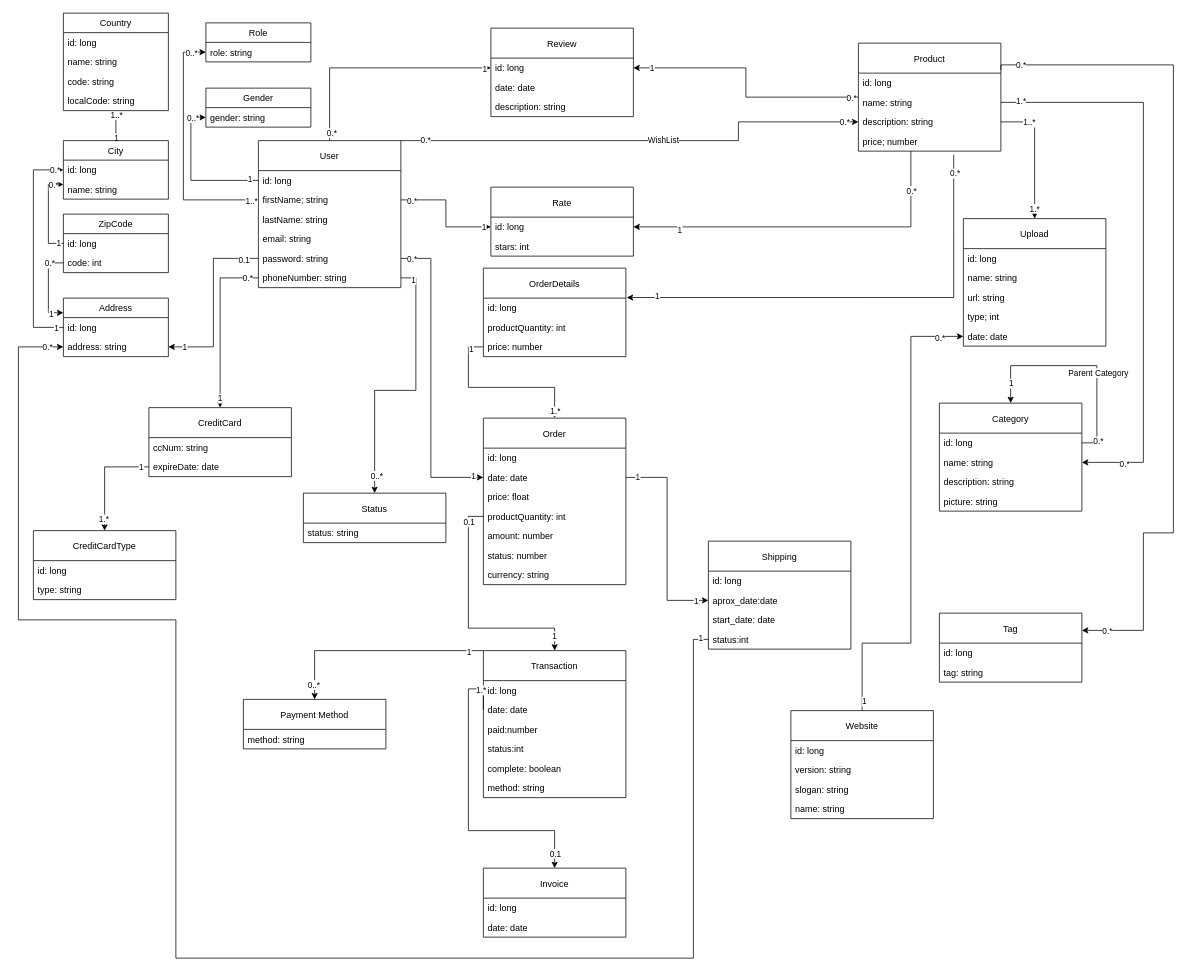
The draw.io diagram page "Ecommerce basic model" (1 of 4) of Class Diagram.drawio in Psycomentis06/AZIT-e-commerce-API-doc, before the edit. Source tidied: cells renumbered, new cells numbered last; positions are measured from the earlier drawing's top-left corner, leaving out a move shared by most shapes. Both pictures are drawn from the tidied source at 75%, with x=0, y=0 at pixel (18, 13).
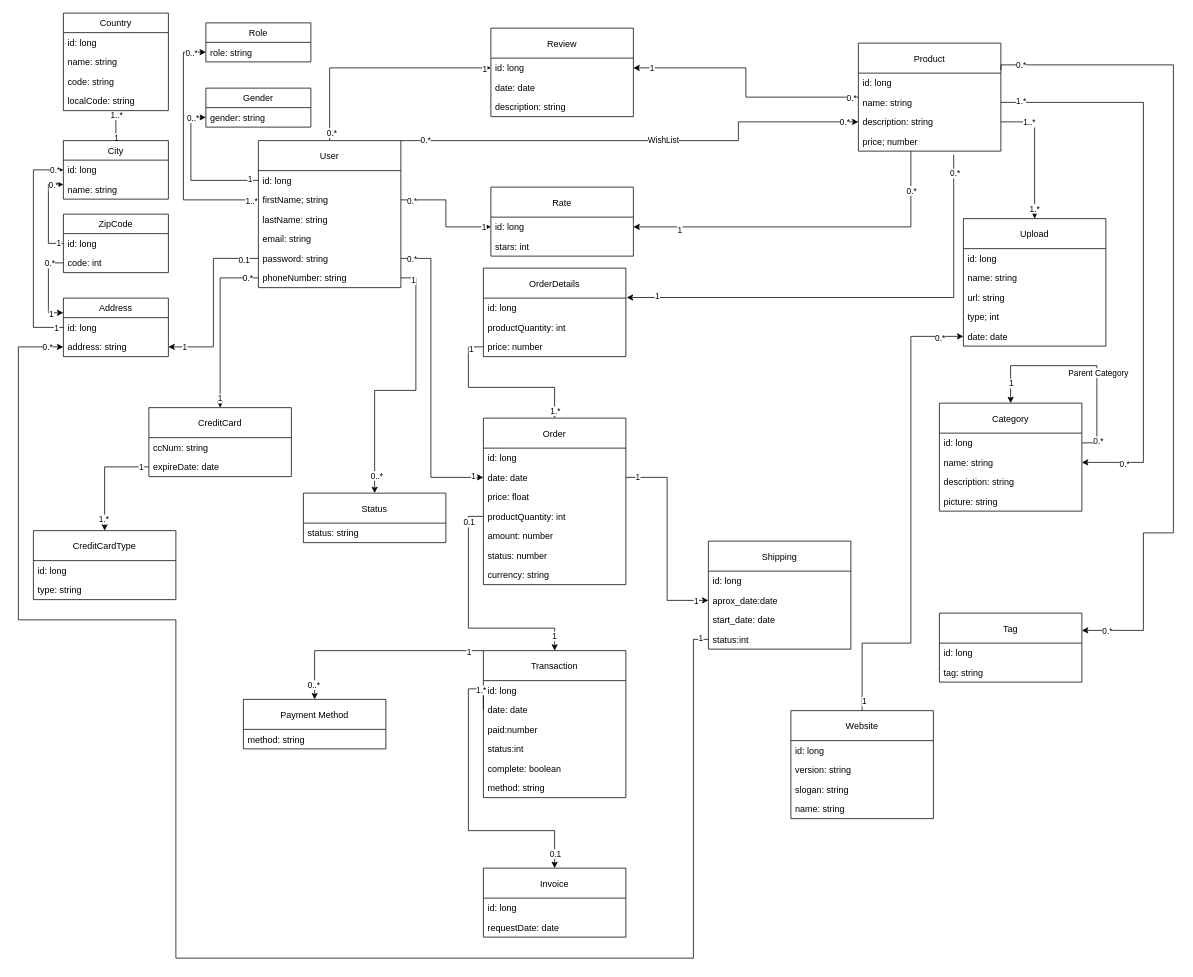
Above is the later version.

Unchanged cells that the change refers to:
```xml
<mxCell id="109" value="Invoice" style="swimlane;fontStyle=0;horizontal=1;startSize=40;fillColor=none;" parent="1" vertex="1">
  <mxGeometry x="620" y="1140" width="190" height="92" as="geometry" />
</mxCell>
```

Diff of the diagram source:
```diff
@@
-    <mxCell id="111" value="date: date" style="text;strokeColor=none;fillColor=none;align=left;verticalAlign=top;spacingLeft=4;spacingRight=4;overflow=hidden;" parent="109" vertex="1">
+    <mxCell id="111" value="requestDate: date" style="text;strokeColor=none;fillColor=none;align=left;verticalAlign=top;spacingLeft=4;spacingRight=4;overflow=hidden;" parent="109" vertex="1">
       <mxGeometry y="66" width="190" height="26" as="geometry" />
     </mxCell>
```
